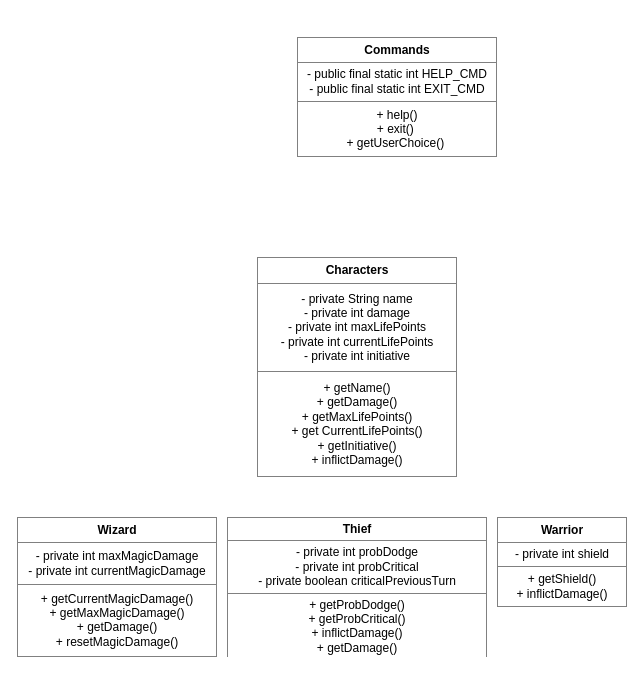
The draw.io diagram POO Diagram.drawio in SarahHayat/pooDnd, before the edit. Source tidied: cells renumbered, new cells numbered last; positions are measured from the earlier drawing's top-left corner, leaving out a move shared by most shapes. Both pictures are drawn from the tidied source at 100%, with x=0, y=0 at pixel (17, 37).
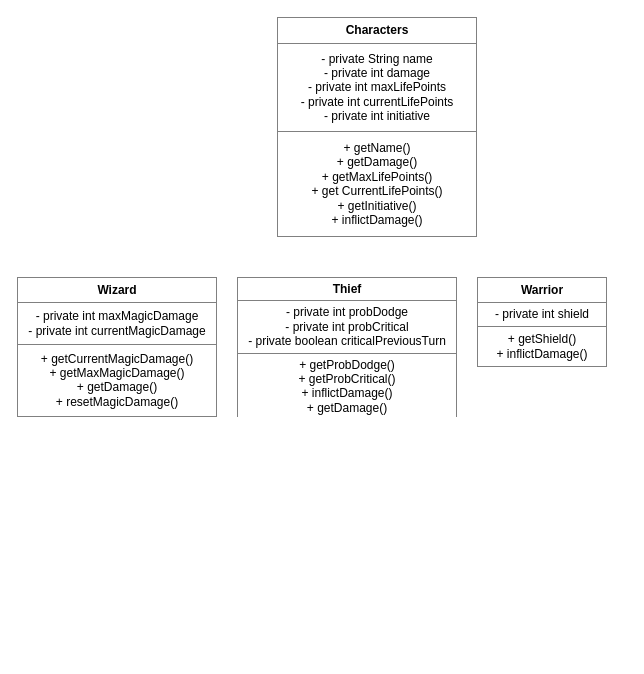
The same diagram, later.

What changed in the source:
```diff
@@
 <mxGraphModel>
   <root>
     <mxCell id="0" />
     <mxCell id="1" parent="0" />
-    <mxCell id="2" value="&lt;table border=&quot;1&quot; width=&quot;100%&quot; cellpadding=&quot;4&quot; style=&quot;width: 100% ; height: 100% ; border-collapse: collapse&quot;&gt;&lt;tbody&gt;&lt;tr&gt;&lt;th align=&quot;center&quot;&gt;Commands&lt;/th&gt;&lt;/tr&gt;&lt;tr&gt;&lt;td align=&quot;center&quot;&gt;- public final static int HELP_CMD&lt;br&gt;- public final static int EXIT_CMD&lt;/td&gt;&lt;/tr&gt;&lt;tr&gt;&lt;td align=&quot;center&quot;&gt;+ help()&lt;br&gt;+ exit()&amp;nbsp;&lt;br&gt;+ getUserChoice()&amp;nbsp;&lt;br&gt;&lt;/td&gt;&lt;/tr&gt;&lt;/tbody&gt;&lt;/table&gt;" style="text;html=1;strokeColor=none;fillColor=none;overflow=fill;" parent="1" vertex="1">
-      <mxGeometry x="280" width="200" height="120" as="geometry" />
-    </mxCell>
     <mxCell id="3" value="&lt;table border=&quot;1&quot; width=&quot;100%&quot; cellpadding=&quot;4&quot; style=&quot;width: 100% ; height: 100% ; border-collapse: collapse&quot;&gt;&lt;tbody&gt;&lt;tr&gt;&lt;th align=&quot;center&quot;&gt;&lt;b&gt;Characters&lt;/b&gt;&lt;/th&gt;&lt;/tr&gt;&lt;tr&gt;&lt;td align=&quot;center&quot;&gt;- private String name&lt;br&gt;- private int damage&lt;br&gt;- private int maxLifePoints&lt;br&gt;- private int currentLifePoints&lt;br&gt;- private int initiative&lt;br&gt;&lt;/td&gt;&lt;/tr&gt;&lt;tr&gt;&lt;td align=&quot;center&quot;&gt;+ getName()&lt;br&gt;+ getDamage()&lt;br&gt;+ getMaxLifePoints()&lt;br&gt;+ get CurrentLifePoints()&lt;br&gt;+ getInitiative()&lt;br&gt;+ inflictDamage()&lt;/td&gt;&lt;/tr&gt;&lt;/tbody&gt;&lt;/table&gt;" style="text;html=1;strokeColor=none;fillColor=none;overflow=fill;" parent="1" vertex="1">
-      <mxGeometry x="240" y="220" width="200" height="220" as="geometry" />
+      <mxGeometry x="260" y="-20" width="200" height="220" as="geometry" />
     </mxCell>
     <mxCell id="4" value="&lt;table border=&quot;1&quot; width=&quot;100%&quot; cellpadding=&quot;4&quot; style=&quot;width: 100% ; height: 100% ; border-collapse: collapse&quot;&gt;&lt;tbody&gt;&lt;tr&gt;&lt;th align=&quot;center&quot;&gt;Warrior&lt;/th&gt;&lt;/tr&gt;&lt;tr&gt;&lt;td align=&quot;center&quot;&gt;- private int shield&lt;/td&gt;&lt;/tr&gt;&lt;tr&gt;&lt;td align=&quot;center&quot;&gt;+ getShield()&lt;br&gt;+ inflictDamage()&lt;/td&gt;&lt;/tr&gt;&lt;/tbody&gt;&lt;/table&gt;" style="text;html=1;strokeColor=none;fillColor=none;overflow=fill;" parent="1" vertex="1">
-      <mxGeometry x="480" y="480" width="130" height="90" as="geometry" />
+      <mxGeometry x="460" y="240" width="130" height="90" as="geometry" />
     </mxCell>
     <mxCell id="5" value="&lt;table border=&quot;1&quot; width=&quot;100%&quot; cellpadding=&quot;4&quot; style=&quot;width: 100% ; height: 100% ; border-collapse: collapse&quot;&gt;&lt;tbody&gt;&lt;tr&gt;&lt;th align=&quot;center&quot;&gt;&lt;b&gt;Thief&lt;/b&gt;&lt;/th&gt;&lt;/tr&gt;&lt;tr&gt;&lt;td align=&quot;center&quot;&gt;- private int probDodge&lt;br&gt;- private int probCritical&lt;br&gt;- private boolean criticalPreviousTurn&lt;/td&gt;&lt;/tr&gt;&lt;tr&gt;&lt;td align=&quot;center&quot;&gt;+ getProbDodge()&lt;br&gt;+ getProbCritical()&lt;br&gt;+ inflictDamage()&lt;br&gt;+ getDamage()&lt;/td&gt;&lt;/tr&gt;&lt;/tbody&gt;&lt;/table&gt;" style="text;html=1;strokeColor=none;fillColor=none;overflow=fill;" parent="1" vertex="1">
-      <mxGeometry x="210" y="480" width="260" height="140" as="geometry" />
+      <mxGeometry x="220" y="240" width="220" height="140" as="geometry" />
     </mxCell>
     <mxCell id="6" value="&lt;table border=&quot;1&quot; width=&quot;100%&quot; cellpadding=&quot;4&quot; style=&quot;width: 100% ; height: 100% ; border-collapse: collapse&quot;&gt;&lt;tbody&gt;&lt;tr&gt;&lt;th align=&quot;center&quot;&gt;Wizard&lt;br&gt;&lt;/th&gt;&lt;/tr&gt;&lt;tr&gt;&lt;td align=&quot;center&quot;&gt;- private int maxMagicDamage&lt;br&gt;- private int currentMagicDamage&lt;/td&gt;&lt;/tr&gt;&lt;tr&gt;&lt;td align=&quot;center&quot;&gt;+ getCurrentMagicDamage()&lt;br&gt;+ getMaxMagicDamage()&lt;br&gt;+ getDamage()&lt;br&gt;+ resetMagicDamage()&lt;/td&gt;&lt;/tr&gt;&lt;/tbody&gt;&lt;/table&gt;" style="text;html=1;strokeColor=none;fillColor=none;overflow=fill;" parent="1" vertex="1">
-      <mxGeometry y="480" width="200" height="140" as="geometry" />
+      <mxGeometry y="240" width="200" height="140" as="geometry" />
     </mxCell>
   </root>
 </mxGraphModel>
```
